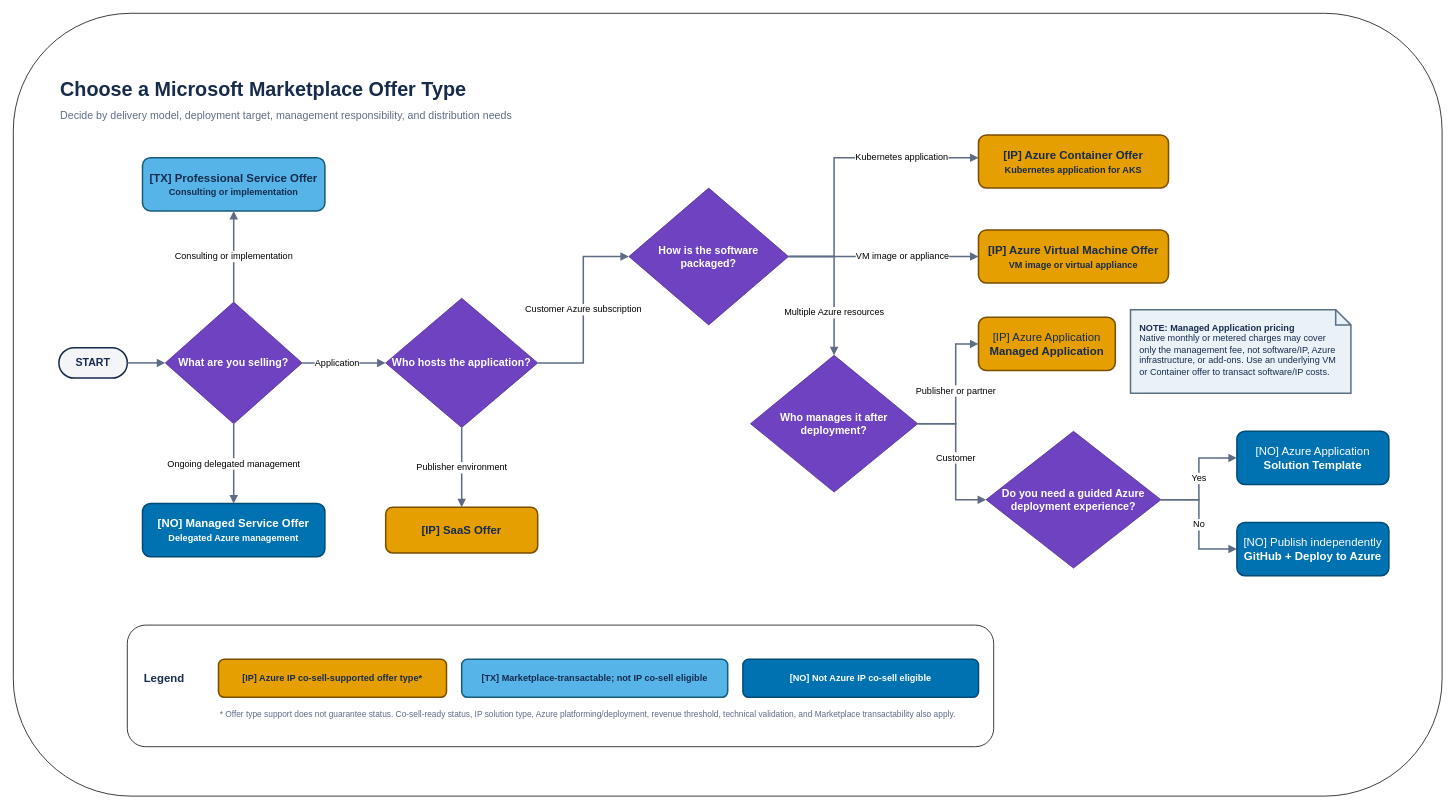
This is ip-cosell/decision-chart.drawio from lastcoolnameleft/kubernetes-examples, a draw.io file, before an edit. Source tidied: cells renumbered, new cells numbered last; positions are measured from the earlier drawing's top-left corner, leaving out a move shared by most shapes. Both pictures are drawn from the tidied source at 76%, with x=0, y=0 at pixel (13, 13).
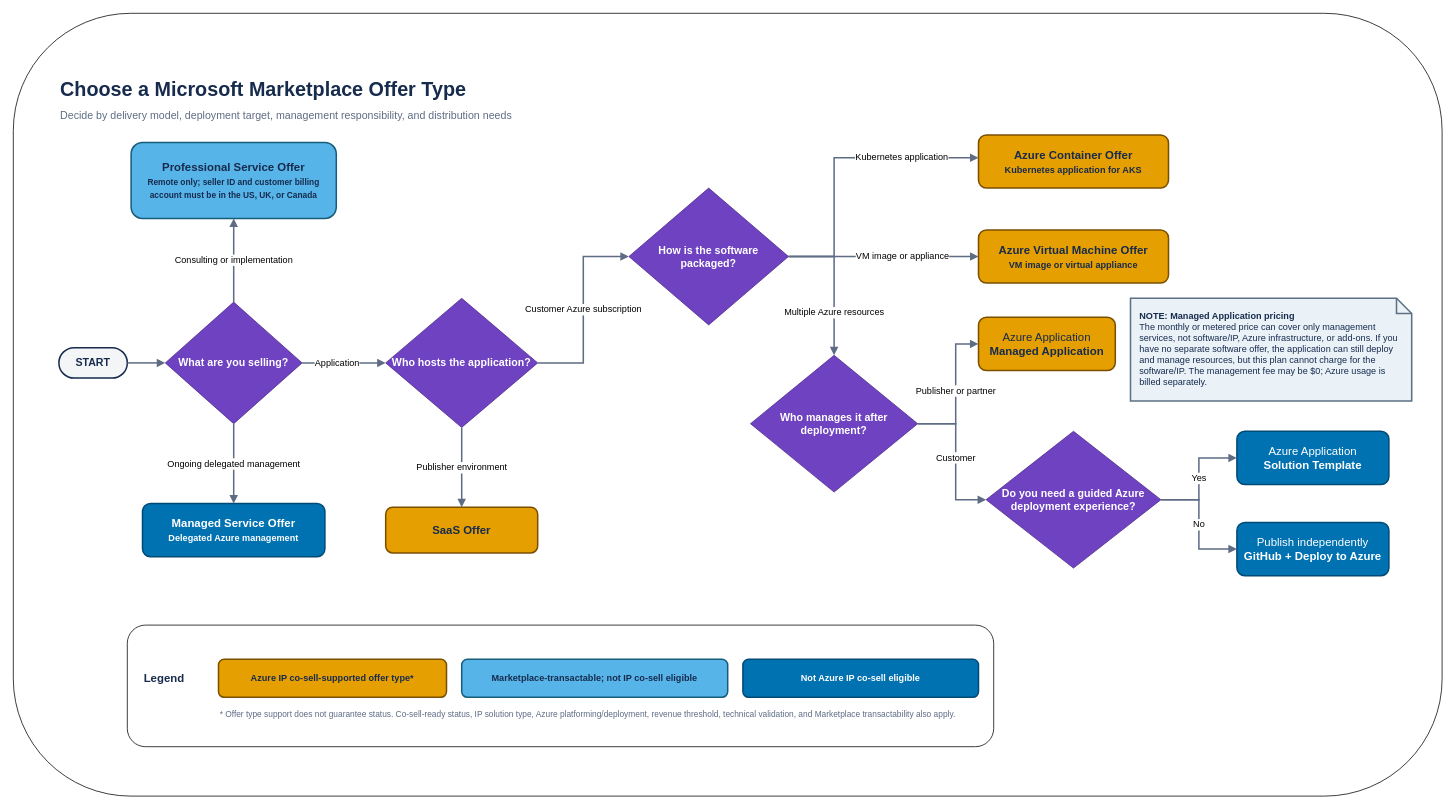
The same diagram, later.

What changed in the source:
```diff
@@
-    <mxCell id="12" value="[IP] SaaS Offer" style="rounded=1;whiteSpace=wrap;html=1;fillColor=#E69F00;strokeColor=#7A4F00;strokeWidth=2;fontColor=#172B4D;fontStyle=1;fontSize=15;" parent="1" vertex="1">
+    <mxCell id="12" value="SaaS Offer" style="rounded=1;whiteSpace=wrap;html=1;fillColor=#E69F00;strokeColor=#7A4F00;strokeWidth=2;fontColor=#172B4D;fontStyle=1;fontSize=15;" parent="1" vertex="1">
       <mxGeometry x="490" y="650" width="200" height="60" as="geometry" />
     </mxCell>
-    <mxCell id="13" value="[IP] Azure Container Offer&lt;br&gt;&lt;font style=&quot;font-size: 12px&quot;&gt;Kubernetes application for AKS&lt;/font&gt;" style="rounded=1;whiteSpace=wrap;html=1;fillColor=#E69F00;strokeColor=#7A4F00;strokeWidth=2;fontColor=#172B4D;fontStyle=1;fontSize=15;" parent="1" vertex="1">
+    <mxCell id="13" value="Azure Container Offer&lt;br&gt;&lt;font style=&quot;font-size: 12px&quot;&gt;Kubernetes application for AKS&lt;/font&gt;" style="rounded=1;whiteSpace=wrap;html=1;fillColor=#E69F00;strokeColor=#7A4F00;strokeWidth=2;fontColor=#172B4D;fontStyle=1;fontSize=15;" parent="1" vertex="1">
       <mxGeometry x="1270" y="160" width="250" height="70" as="geometry" />
     </mxCell>
-    <mxCell id="14" value="[IP] Azure Virtual Machine Offer&lt;br&gt;&lt;font style=&quot;font-size: 12px&quot;&gt;VM image or virtual appliance&lt;/font&gt;" style="rounded=1;whiteSpace=wrap;html=1;fillColor=#E69F00;strokeColor=#7A4F00;strokeWidth=2;fontColor=#172B4D;fontStyle=1;fontSize=15;" parent="1" vertex="1">
+    <mxCell id="14" value="Azure Virtual Machine Offer&lt;br&gt;&lt;font style=&quot;font-size: 12px&quot;&gt;VM image or virtual appliance&lt;/font&gt;" style="rounded=1;whiteSpace=wrap;html=1;fillColor=#E69F00;strokeColor=#7A4F00;strokeWidth=2;fontColor=#172B4D;fontStyle=1;fontSize=15;" parent="1" vertex="1">
       <mxGeometry x="1270" y="285" width="250" height="70" as="geometry" />
     </mxCell>
-    <mxCell id="15" value="[IP] Azure Application&lt;br&gt;&lt;b&gt;Managed Application&lt;/b&gt;" style="rounded=1;whiteSpace=wrap;html=1;fillColor=#E69F00;strokeColor=#7A4F00;strokeWidth=2;fontColor=#172B4D;fontSize=15;" parent="1" vertex="1">
+    <mxCell id="15" value="Azure Application&lt;br&gt;&lt;b&gt;Managed Application&lt;/b&gt;" style="rounded=1;whiteSpace=wrap;html=1;fillColor=#E69F00;strokeColor=#7A4F00;strokeWidth=2;fontColor=#172B4D;fontSize=15;" parent="1" vertex="1">
       <mxGeometry x="1270" y="400" width="180" height="70" as="geometry" />
     </mxCell>
-    <mxCell id="16" value="[NO] Azure Application&lt;br&gt;&lt;b&gt;Solution Template&lt;/b&gt;" style="rounded=1;whiteSpace=wrap;html=1;fillColor=#0072B2;strokeColor=#004B76;strokeWidth=2;fontColor=#FFFFFF;fontSize=15;" parent="1" vertex="1">
+    <mxCell id="16" value="Azure Application&lt;br&gt;&lt;b&gt;Solution Template&lt;/b&gt;" style="rounded=1;whiteSpace=wrap;html=1;fillColor=#0072B2;strokeColor=#004B76;strokeWidth=2;fontColor=#FFFFFF;fontSize=15;" parent="1" vertex="1">
       <mxGeometry x="1610" y="550" width="200" height="70" as="geometry" />
     </mxCell>
-    <mxCell id="17" value="[NO] Publish independently&lt;br&gt;&lt;b&gt;GitHub + Deploy to Azure&lt;/b&gt;" style="rounded=1;whiteSpace=wrap;html=1;fillColor=#0072B2;strokeColor=#004B76;strokeWidth=2;fontColor=#FFFFFF;fontSize=15;" parent="1" vertex="1">
+    <mxCell id="17" value="Publish independently&lt;br&gt;&lt;b&gt;GitHub + Deploy to Azure&lt;/b&gt;" style="rounded=1;whiteSpace=wrap;html=1;fillColor=#0072B2;strokeColor=#004B76;strokeWidth=2;fontColor=#FFFFFF;fontSize=15;" parent="1" vertex="1">
       <mxGeometry x="1610" y="670" width="200" height="70" as="geometry" />
     </mxCell>
-    <mxCell id="18" value="[TX] Professional Service Offer&lt;br&gt;&lt;font style=&quot;font-size: 12px&quot;&gt;Consulting or implementation&lt;/font&gt;" style="rounded=1;whiteSpace=wrap;html=1;fillColor=#56B4E9;strokeColor=#175D7A;strokeWidth=2;fontColor=#172B4D;fontStyle=1;fontSize=15;" parent="1" vertex="1">
-      <mxGeometry x="170" y="190" width="240" height="70" as="geometry" />
+    <mxCell id="18" value="Professional Service Offer&lt;br&gt;&lt;font style=&quot;font-size: 11px&quot;&gt;Remote only; seller ID and customer billing account must be in the US, UK, or Canada&lt;/font&gt;" style="rounded=1;whiteSpace=wrap;html=1;fillColor=#56B4E9;strokeColor=#175D7A;strokeWidth=2;fontColor=#172B4D;fontStyle=1;fontSize=15;" parent="1" vertex="1">
+      <mxGeometry x="155" y="170" width="270" height="100" as="geometry" />
     </mxCell>
-    <mxCell id="19" value="[NO] Managed Service Offer&lt;br&gt;&lt;font style=&quot;font-size: 12px&quot;&gt;Delegated Azure management&lt;/font&gt;" style="rounded=1;whiteSpace=wrap;html=1;fillColor=#0072B2;strokeColor=#004B76;strokeWidth=2;fontColor=#FFFFFF;fontStyle=1;fontSize=15;" parent="1" vertex="1">
+    <mxCell id="19" value="Managed Service Offer&lt;br&gt;&lt;font style=&quot;font-size: 12px&quot;&gt;Delegated Azure management&lt;/font&gt;" style="rounded=1;whiteSpace=wrap;html=1;fillColor=#0072B2;strokeColor=#004B76;strokeWidth=2;fontColor=#FFFFFF;fontStyle=1;fontSize=15;" parent="1" vertex="1">
       <mxGeometry x="170" y="645" width="240" height="70" as="geometry" />
     </mxCell>
-    <mxCell id="20" value="&lt;b&gt;NOTE: Managed Application pricing&lt;/b&gt;&lt;br&gt;Native monthly or metered charges may cover only the management fee, not software/IP, Azure infrastructure, or add-ons. Use an underlying VM or Container offer to transact software/IP costs." style="shape=note;whiteSpace=wrap;html=1;backgroundOutline=1;size=20;fillColor=#EAF2F8;strokeColor=#5B7083;strokeWidth=2;fontColor=#172B4D;fontSize=12;align=left;verticalAlign=top;spacingTop=10;spacingLeft=10;spacingRight=10;" parent="1" vertex="1">
-      <mxGeometry x="1470" y="390" width="290" height="110" as="geometry" />
+    <mxCell id="20" value="&lt;b&gt;NOTE: Managed Application pricing&lt;/b&gt;&lt;br&gt;The monthly or metered price can cover only management services, not software/IP, Azure infrastructure, or add-ons. If you have no separate software offer, the application can still deploy and manage resources, but this plan cannot charge for the software/IP. The management fee may be $0; Azure usage is billed separately." style="shape=note;whiteSpace=wrap;html=1;backgroundOutline=1;size=20;fillColor=#EAF2F8;strokeColor=#5B7083;strokeWidth=2;fontColor=#172B4D;fontSize=12;align=left;verticalAlign=top;spacingTop=10;spacingLeft=10;spacingRight=10;" parent="1" vertex="1">
+      <mxGeometry x="1470" y="375" width="370" height="135" as="geometry" />
     </mxCell>
@@
-    <mxCell id="22" value="[IP] Azure IP co-sell-supported offer type*" style="rounded=1;whiteSpace=wrap;html=1;fillColor=#E69F00;strokeColor=#7A4F00;strokeWidth=2;fontColor=#172B4D;fontStyle=1;fontSize=12;" parent="1" vertex="1">
+    <mxCell id="22" value="Azure IP co-sell-supported offer type*" style="rounded=1;whiteSpace=wrap;html=1;fillColor=#E69F00;strokeColor=#7A4F00;strokeWidth=2;fontColor=#172B4D;fontStyle=1;fontSize=12;" parent="1" vertex="1">
       <mxGeometry x="270" y="850" width="300" height="50" as="geometry" />
     </mxCell>
-    <mxCell id="23" value="[TX] Marketplace-transactable; not IP co-sell eligible" style="rounded=1;whiteSpace=wrap;html=1;fillColor=#56B4E9;strokeColor=#175D7A;strokeWidth=2;fontColor=#172B4D;fontStyle=1;fontSize=12;" parent="1" vertex="1">
+    <mxCell id="23" value="Marketplace-transactable; not IP co-sell eligible" style="rounded=1;whiteSpace=wrap;html=1;fillColor=#56B4E9;strokeColor=#175D7A;strokeWidth=2;fontColor=#172B4D;fontStyle=1;fontSize=12;" parent="1" vertex="1">
       <mxGeometry x="590" y="850" width="350" height="50" as="geometry" />
     </mxCell>
-    <mxCell id="24" value="[NO] Not Azure IP co-sell eligible" style="rounded=1;whiteSpace=wrap;html=1;fillColor=#0072B2;strokeColor=#004B76;strokeWidth=2;fontColor=#FFFFFF;fontStyle=1;fontSize=12;" parent="1" vertex="1">
+    <mxCell id="24" value="Not Azure IP co-sell eligible" style="rounded=1;whiteSpace=wrap;html=1;fillColor=#0072B2;strokeColor=#004B76;strokeWidth=2;fontColor=#FFFFFF;fontStyle=1;fontSize=12;" parent="1" vertex="1">
       <mxGeometry x="960" y="850" width="310" height="50" as="geometry" />
     </mxCell>
```
